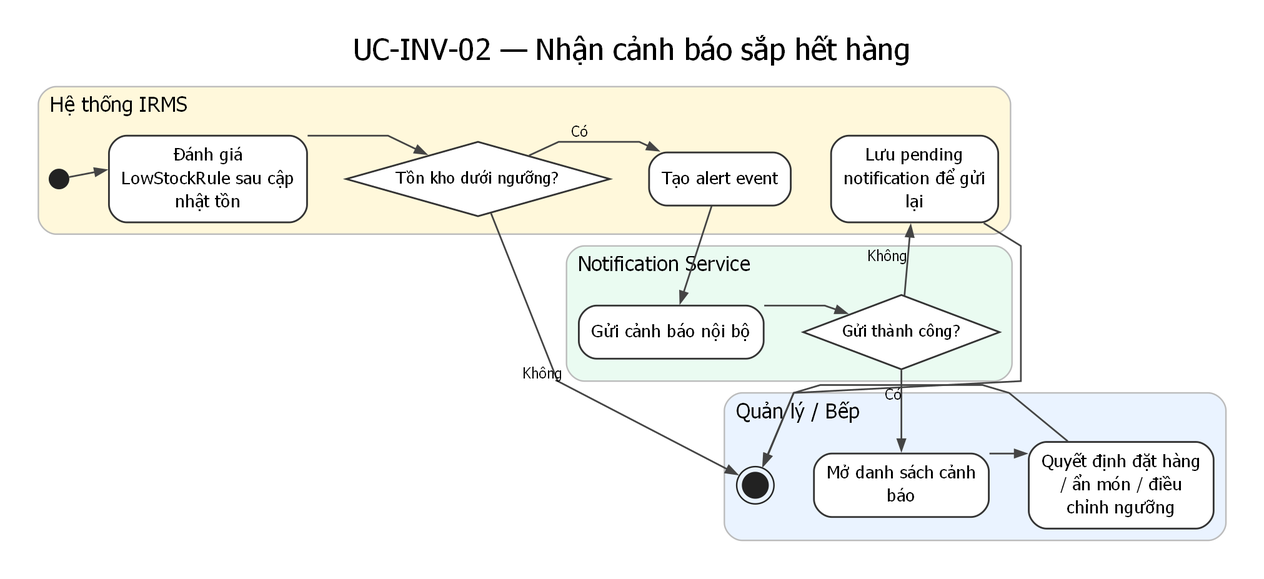
lehoangluan1/SA_IRMS keeps this Graphviz diagram as assets/diagrams/rendered/activity/uc-inv-02-low-stock-alert.png. Above is the earlier version. Its source is kept beside it as assets/diagrams/source/activity/uc-inv-02-low-stock-alert.dot.
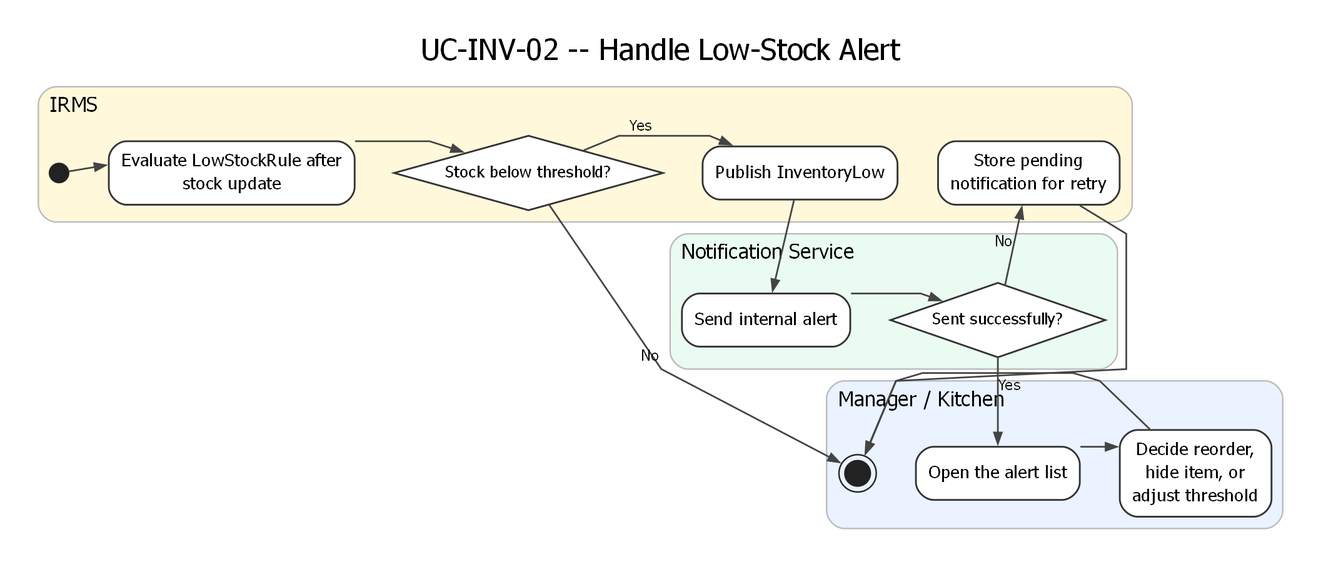
The same file after the commit.

Diff of the diagram source:
```diff
@@ -2,21 +2,17 @@
   graph [rankdir=TB, newrank=true, splines=polyline, nodesep=0.38, ranksep=0.62, pad=0.25, dpi=170, bgcolor="white", fontname="DejaVu Sans"];
   node [fontname="DejaVu Sans"];
   edge [fontname="DejaVu Sans", fontsize=10, color="#444444", penwidth=1.15, arrowsize=0.75];
-  labelloc="t"; labeljust="c"; fontsize=20; fontname="DejaVu Sans"; label="UC-INV-02 — Nhận cảnh báo sắp hết hàng";
+  labelloc="t"; labeljust="c"; fontsize=20; fontname="DejaVu Sans"; label="UC-INV-02 -- Handle Low-Stock Alert";
   subgraph cluster_l1 {
     style="rounded,filled";
     fillcolor="#FFF8DB"; color="#BBBBBB"; penwidth=1.0;
-    label="Hệ thống IRMS"; fontsize=14; labelloc="t"; labeljust="l";
+    label="IRMS"; fontsize=14; labelloc="t"; labeljust="l";
     rank=same;
     n0 [shape=circle, label="", width=0.18, height=0.18, fixedsize=true, style=filled, fillcolor="#222222", color="#222222"];
-    n1 [label="Đánh giá
-LowStockRule sau cập
-nhật tồn", shape=rect, style="rounded,filled", fillcolor="white", color="#333333", penwidth=1.2, fontsize=12, margin="0.12,0.08"];
-    n2 [label="Tồn kho dưới ngưỡng?", shape=diamond, style="filled", fillcolor="white", color="#333333", penwidth=1.2, fontsize=11, width=1.2, height=0.7, margin="0.05,0.03"];
-    n3 [label="Tạo alert event", shape=rect, style="rounded,filled", fillcolor="white", color="#333333", penwidth=1.2, fontsize=12, margin="0.12,0.08"];
-    n8 [label="Lưu pending
-notification để gửi
-lại", shape=rect, style="rounded,filled", fillcolor="white", color="#333333", penwidth=1.2, fontsize=12, margin="0.12,0.08"];
+    n1 [label="Evaluate LowStockRule after\nstock update", shape=rect, style="rounded,filled", fillcolor="white", color="#333333", penwidth=1.2, fontsize=12, margin="0.12,0.08"];
+    n2 [label="Stock below threshold?", shape=diamond, style="filled", fillcolor="white", color="#333333", penwidth=1.2, fontsize=11, width=1.2, height=0.7, margin="0.05,0.03"];
+    n3 [label="Publish InventoryLow", shape=rect, style="rounded,filled", fillcolor="white", color="#333333", penwidth=1.2, fontsize=12, margin="0.12,0.08"];
+    n8 [label="Store pending\nnotification for retry", shape=rect, style="rounded,filled", fillcolor="white", color="#333333", penwidth=1.2, fontsize=12, margin="0.12,0.08"];
     n0 -> n1 -> n2 -> n3 -> n8 [style=invis, weight=20];
   }
   subgraph cluster_l2 {
@@ -24,31 +20,28 @@
     fillcolor="#EAFBF1"; color="#BBBBBB"; penwidth=1.0;
     label="Notification Service"; fontsize=14; labelloc="t"; labeljust="l";
     rank=same;
-    n4 [label="Gửi cảnh báo nội bộ", shape=rect, style="rounded,filled", fillcolor="white", color="#333333", penwidth=1.2, fontsize=12, margin="0.12,0.08"];
-    n5 [label="Gửi thành công?", shape=diamond, style="filled", fillcolor="white", color="#333333", penwidth=1.2, fontsize=11, width=1.2, height=0.7, margin="0.05,0.03"];
+    n4 [label="Send internal alert", shape=rect, style="rounded,filled", fillcolor="white", color="#333333", penwidth=1.2, fontsize=12, margin="0.12,0.08"];
+    n5 [label="Sent successfully?", shape=diamond, style="filled", fillcolor="white", color="#333333", penwidth=1.2, fontsize=11, width=1.2, height=0.7, margin="0.05,0.03"];
     n4 -> n5 [style=invis, weight=20];
   }
   subgraph cluster_l3 {
     style="rounded,filled";
     fillcolor="#EAF3FF"; color="#BBBBBB"; penwidth=1.0;
-    label="Quản lý / Bếp"; fontsize=14; labelloc="t"; labeljust="l";
+    label="Manager / Kitchen"; fontsize=14; labelloc="t"; labeljust="l";
     rank=same;
-    n6 [label="Mở danh sách cảnh
-báo", shape=rect, style="rounded,filled", fillcolor="white", color="#333333", penwidth=1.2, fontsize=12, margin="0.12,0.08"];
-    n7 [label="Quyết định đặt hàng
-/ ẩn món / điều
-chỉnh ngưỡng", shape=rect, style="rounded,filled", fillcolor="white", color="#333333", penwidth=1.2, fontsize=12, margin="0.12,0.08"];
+    n6 [label="Open the alert list", shape=rect, style="rounded,filled", fillcolor="white", color="#333333", penwidth=1.2, fontsize=12, margin="0.12,0.08"];
+    n7 [label="Decide reorder,\nhide item, or\nadjust threshold", shape=rect, style="rounded,filled", fillcolor="white", color="#333333", penwidth=1.2, fontsize=12, margin="0.12,0.08"];
     n9 [shape=doublecircle, label="", width=0.24, height=0.24, fixedsize=true, style=filled, fillcolor="#222222", color="#222222"];
     n6 -> n7 -> n9 [style=invis, weight=20];
   }
   n0 -> n1;
   n1 -> n2;
-  n2 -> n3 [xlabel="Có"];
-  n2 -> n9 [xlabel="Không"];
+  n2 -> n3 [xlabel="Yes"];
+  n2 -> n9 [xlabel="No"];
   n3 -> n4;
   n4 -> n5;
-  n5 -> n6 [xlabel="Có"];
-  n5 -> n8 [xlabel="Không"];
+  n5 -> n6 [xlabel="Yes"];
+  n5 -> n8 [xlabel="No"];
   n6 -> n7;
   n7 -> n9;
   n8 -> n9;
```
